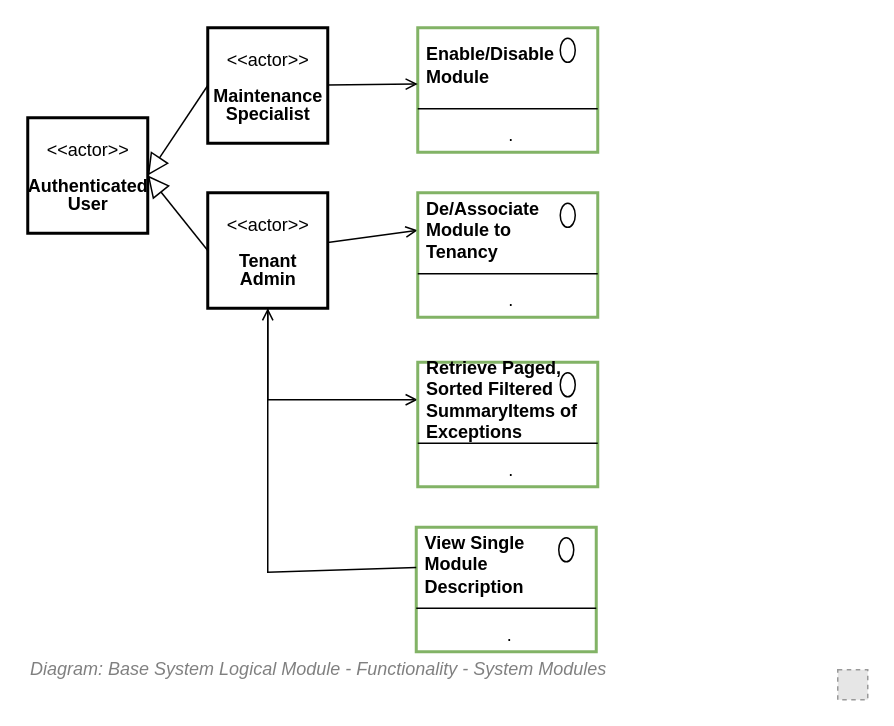
Before: 43.Functionality View/Functionality View - Functions - System Modules.drawio in skysgh/System.Design.Resources.Service, a draw.io diagram. Source tidied: cells renumbered, new cells numbered last; positions are measured from the earlier drawing's top-left corner, leaving out a move shared by most shapes. Both pictures are drawn from the tidied source at 150%, with x=0, y=0 at pixel (27, 27). Pictures stored in the file or linked from it are replaced by grey dashed boxes.
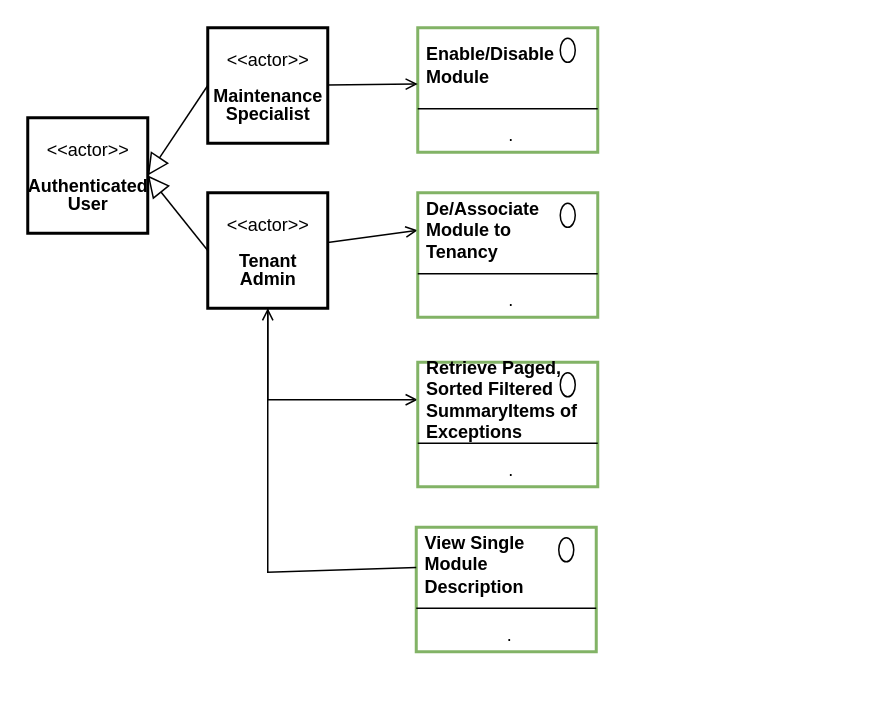
The same diagram, later.

What changed in the source:
```diff
@@
-    <mxCell id="2" value="&lt;font style=&quot;font-size: 12px&quot;&gt;&lt;i style=&quot;font-weight: normal&quot;&gt;&lt;span style=&quot;font-size: 12px&quot;&gt;Diagram: Base&amp;nbsp;&lt;/span&gt;&lt;/i&gt;&lt;span style=&quot;font-style: italic ; font-weight: 400&quot;&gt;System&lt;/span&gt;&lt;span style=&quot;font-style: italic ; font-weight: 400&quot;&gt;&amp;nbsp;&lt;/span&gt;&lt;i style=&quot;font-weight: normal&quot;&gt;&lt;span style=&quot;font-size: 12px&quot;&gt;Logical Module -&amp;nbsp;&lt;/span&gt;&lt;span style=&quot;font-size: 12px&quot;&gt;Functionality -&amp;nbsp;&lt;/span&gt;System Modules&lt;/i&gt;&lt;/font&gt;" style="text;strokeColor=none;fillColor=none;html=1;fontSize=12;fontStyle=1;verticalAlign=middle;align=left;shadow=0;glass=0;comic=0;opacity=30;fontColor=#808080;" parent="1" vertex="1">
-      <mxGeometry y="418" width="520" height="20" as="geometry" />
-    </mxCell>
-    <mxCell id="3" style="fillColor=#E6E6E6;strokeColor=#999999;dashed=1;html=1;verticalAlign=top;verticalLabelPosition=bottom;labelBackgroundColor=#ffffff;fontFamily=Helvetica;fontSize=12;fontColor=#000000;align=center;" parent="1" vertex="1">
-      <mxGeometry x="540" y="428" width="20" height="20" as="geometry" />
-    </mxCell>
```
